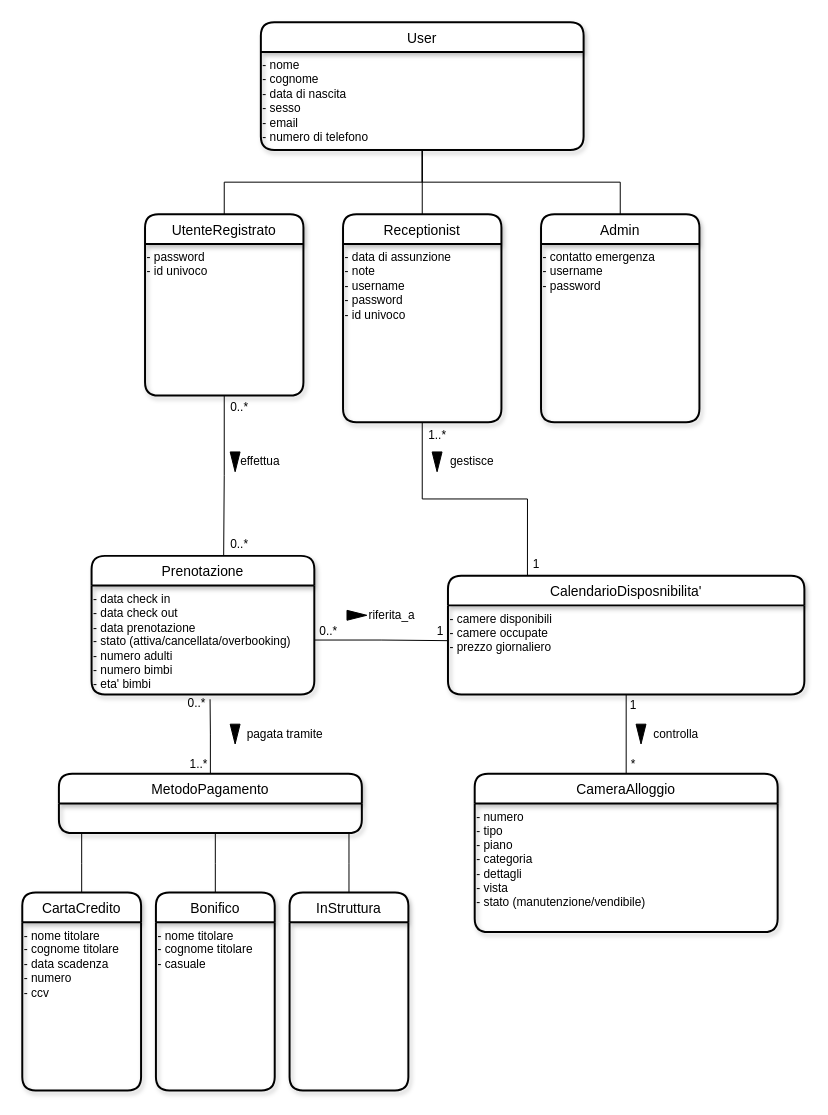
Before: Documentazione/ModelloConcettuale2.drawio in riccardobeniamino/ProgWebGruppo3, a draw.io diagram. Source tidied: cells renumbered, new cells numbered last; positions are measured from the earlier drawing's top-left corner, leaving out a move shared by most shapes. Both pictures are drawn from the tidied source at 99%, with x=0, y=0 at pixel (22, 22).
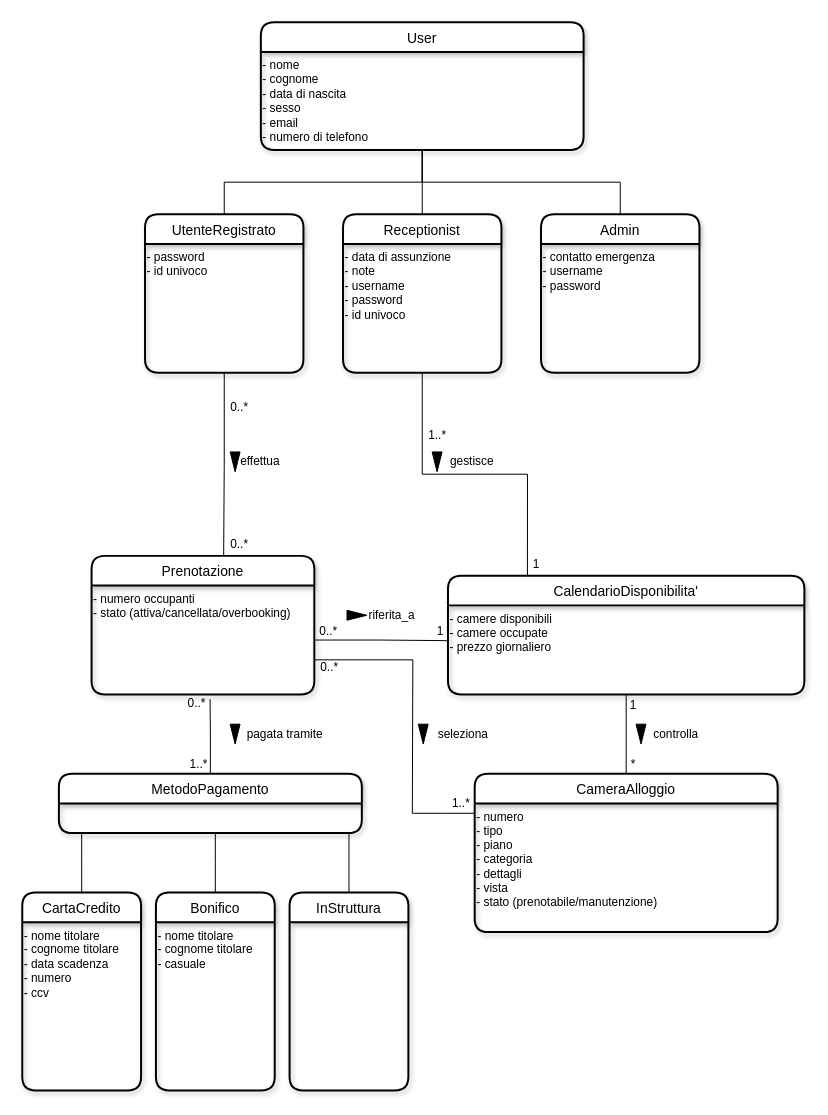
After the change.

Unchanged cells that the change refers to:
```xml
<mxCell id="13" value="CameraAlloggio" style="swimlane;horizontal=1;startSize=30;rounded=1;fontSize=14;fontStyle=0;strokeWidth=2;shadow=1;dashed=0;align=center;gradientColor=none;" parent="1" vertex="1">
  <mxGeometry x="457" y="759" width="306" height="160" as="geometry" />
</mxCell>
<mxCell id="18" value="Prenotazione" style="swimlane;horizontal=1;startSize=30;rounded=1;fontSize=14;fontStyle=0;strokeWidth=2;shadow=1;dashed=0;align=center;gradientColor=none;" parent="1" vertex="1">
  <mxGeometry x="70" y="539" width="225" height="140" as="geometry" />
</mxCell>
```

Change to the diagram source:
```diff
@@
-    <mxCell id="5" value="UtenteRegistrato" style="swimlane;horizontal=1;startSize=30;rounded=1;fontSize=14;fontStyle=0;strokeWidth=2;shadow=1;dashed=0;align=center;gradientColor=none;" parent="1" vertex="1">
-      <mxGeometry x="124" y="194" width="160" height="183" as="geometry" />
-    </mxCell>
-    <mxCell id="6" value="- password&lt;br&gt;- id univoco&lt;br&gt;&lt;div&gt;&lt;br&gt;&lt;/div&gt;" style="text;html=1;align=left;verticalAlign=top;points=[];strokeColor=none;fillColor=none;" parent="5" vertex="1">
-      <mxGeometry y="30" width="160" height="153" as="geometry" />
-    </mxCell>
@@
     <mxCell id="8" value="Receptionist" style="swimlane;horizontal=1;startSize=30;rounded=1;fontSize=14;fontStyle=0;strokeWidth=2;shadow=1;dashed=0;align=center;gradientColor=none;" parent="1" vertex="1">
-      <mxGeometry x="324" y="194" width="160" height="210" as="geometry" />
+      <mxGeometry x="324" y="194" width="160" height="160" as="geometry" />
     </mxCell>
     <mxCell id="9" value="- data di assunzione&lt;br&gt;- note&lt;br&gt;- username&lt;br&gt;- password&lt;br&gt;- id univoco" style="text;html=1;align=left;verticalAlign=top;points=[];strokeColor=none;fillColor=none;" parent="8" vertex="1">
-      <mxGeometry y="30" width="160" height="180" as="geometry" />
+      <mxGeometry y="30" width="160" height="130" as="geometry" />
     </mxCell>
@@
     <mxCell id="11" value="Admin" style="swimlane;horizontal=1;startSize=30;rounded=1;fontSize=14;fontStyle=0;strokeWidth=2;shadow=1;dashed=0;align=center;gradientColor=none;" parent="1" vertex="1">
-      <mxGeometry x="524" y="194" width="160" height="210" as="geometry" />
+      <mxGeometry x="524" y="194" width="160" height="160" as="geometry" />
     </mxCell>
     <mxCell id="12" value="- contatto emergenza&lt;br&gt;- username&lt;br&gt;- password" style="text;html=1;align=left;verticalAlign=top;strokeColor=none;fillColor=none;" parent="11" vertex="1">
-      <mxGeometry y="30" width="160" height="180" as="geometry" />
+      <mxGeometry y="30" width="160" height="130" as="geometry" />
     </mxCell>
+    <mxCell id="53" style="edgeStyle=orthogonalEdgeStyle;rounded=0;jettySize=auto;html=1;exitX=0;exitY=0.25;exitDx=0;exitDy=0;endArrow=none;endFill=0;" parent="1" edge="1" source="13">
+      <mxGeometry relative="1" as="geometry">
+        <mxPoint x="394.2" y="799" as="targetPoint" />
+      </mxGeometry>
+    </mxCell>
@@
-    <mxCell id="14" value="- numero&lt;br&gt;- tipo&amp;nbsp;&lt;br&gt;- piano&lt;br&gt;- categoria&lt;br&gt;- dettagli&lt;br&gt;- vista&lt;br&gt;- stato (manutenzione/vendibile)" style="text;html=1;align=left;verticalAlign=top;strokeColor=none;fillColor=none;" parent="13" vertex="1">
+    <mxCell id="14" value="- numero&lt;br&gt;- tipo&amp;nbsp;&lt;br&gt;- piano&lt;br&gt;- categoria&lt;br&gt;- dettagli&lt;br&gt;- vista&lt;br&gt;- stato (prenotabile/manutenzione)" style="text;html=1;align=left;verticalAlign=top;strokeColor=none;fillColor=none;" parent="13" vertex="1">
       <mxGeometry y="30" width="306" height="130" as="geometry" />
     </mxCell>
@@
-    <mxCell id="16" value="CalendarioDisposnibilita'" style="swimlane;horizontal=1;startSize=30;rounded=1;fontSize=14;fontStyle=0;strokeWidth=2;shadow=1;dashed=0;align=center;gradientColor=none;" parent="1" vertex="1">
+    <mxCell id="16" value="CalendarioDisponibilita'" style="swimlane;horizontal=1;startSize=30;rounded=1;fontSize=14;fontStyle=0;strokeWidth=2;shadow=1;dashed=0;align=center;gradientColor=none;" parent="1" vertex="1">
       <mxGeometry x="430" y="559" width="360" height="120" as="geometry" />
     </mxCell>
@@
+    <mxCell id="54" style="edgeStyle=orthogonalEdgeStyle;rounded=0;jettySize=auto;html=1;exitX=1;exitY=0.75;exitDx=0;exitDy=0;endArrow=none;endFill=0;" parent="1" edge="1" source="18">
+      <mxGeometry relative="1" as="geometry">
+        <mxPoint x="394" y="799" as="targetPoint" />
+      </mxGeometry>
+    </mxCell>
@@
-    <mxCell id="19" value="- data check in&lt;br&gt;- data check out&lt;br&gt;- data prenotazione&lt;br&gt;- stato (attiva/cancellata/overbooking)&lt;br&gt;- numero adulti&lt;br&gt;- numero bimbi&lt;br&gt;- eta' bimbi" style="text;html=1;align=left;verticalAlign=top;points=[];strokeColor=none;fillColor=none;" parent="18" vertex="1">
+    <mxCell id="19" value="- numero occupanti&lt;br&gt;- stato (attiva/cancellata/overbooking)" style="text;html=1;align=left;verticalAlign=top;points=[];strokeColor=none;fillColor=none;" parent="18" vertex="1">
       <mxGeometry y="30" width="225" height="110" as="geometry" />
     </mxCell>
@@
+    <mxCell id="5" value="UtenteRegistrato" style="swimlane;horizontal=1;startSize=30;rounded=1;fontSize=14;fontStyle=0;strokeWidth=2;shadow=1;dashed=0;align=center;gradientColor=none;" parent="1" vertex="1">
+      <mxGeometry x="124" y="194" width="160" height="160" as="geometry" />
+    </mxCell>
+    <mxCell id="6" value="- password&lt;br&gt;- id univoco&lt;br&gt;&lt;div&gt;&lt;br&gt;&lt;/div&gt;" style="text;html=1;align=left;verticalAlign=top;points=[];strokeColor=none;fillColor=none;" parent="5" vertex="1">
+      <mxGeometry y="30" width="160" height="130" as="geometry" />
+    </mxCell>
+    <mxCell id="55" style="triangle;whiteSpace=wrap;html=1;direction=south;fillColor=#000000;" parent="1" vertex="1">
+      <mxGeometry x="400" y="709" width="10" height="20" as="geometry" />
+    </mxCell>
+    <mxCell id="56" value="seleziona" style="text;html=1;align=center;verticalAlign=middle;strokeColor=none;fillColor=none;" parent="1" vertex="1">
+      <mxGeometry x="414" y="710" width="61" height="18" as="geometry" />
+    </mxCell>
+    <mxCell id="57" value="0..*" style="text;html=1;align=center;verticalAlign=middle;strokeColor=none;fillColor=none;" parent="1" vertex="1">
+      <mxGeometry x="296" y="643" width="28" height="18" as="geometry" />
+    </mxCell>
+    <mxCell id="58" value="1..*" style="text;html=1;align=center;verticalAlign=middle;strokeColor=none;fillColor=none;" parent="1" vertex="1">
+      <mxGeometry x="429" y="780" width="28" height="18" as="geometry" />
+    </mxCell>
```
